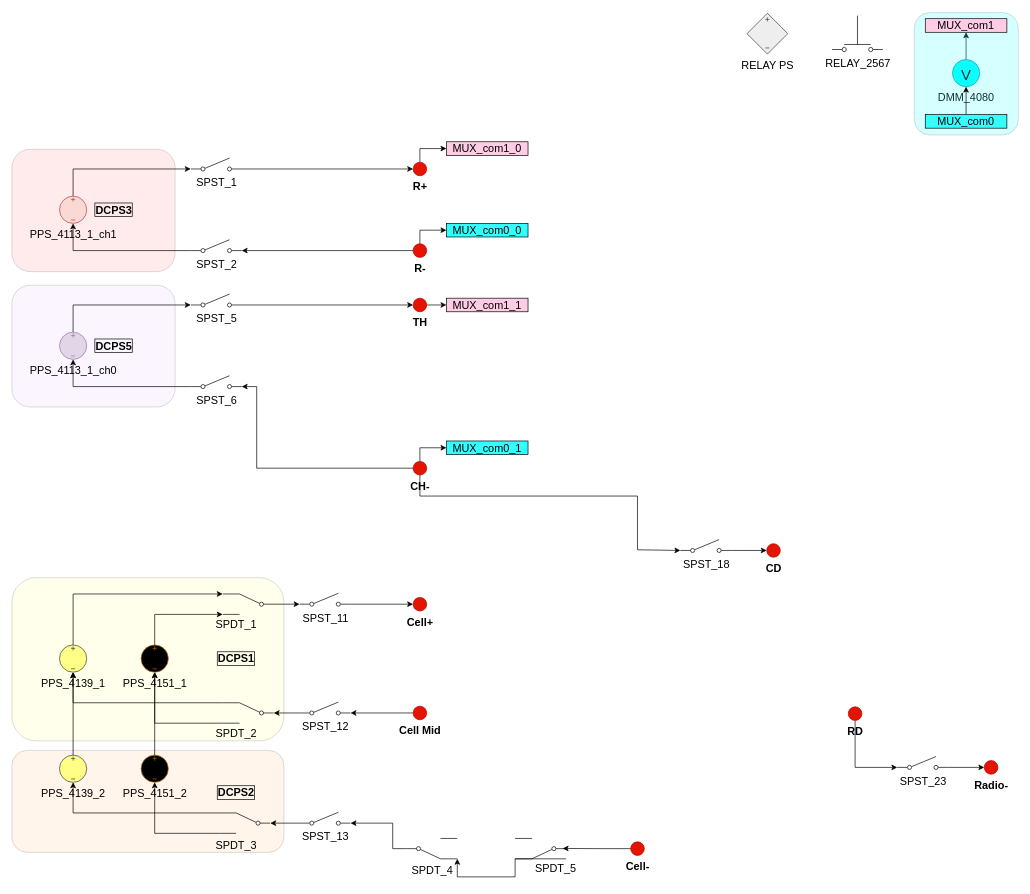
ktlim-xy/draw-io keeps this draw.io diagram as BMS_device_B_6p16.drawio. Above is the earlier version. Source tidied: cells renumbered, new cells numbered last; positions are measured from the earlier drawing's top-left corner, leaving out a move shared by most shapes. Both pictures are drawn from the tidied source at 68%, with x=0, y=0 at pixel (12, 12).
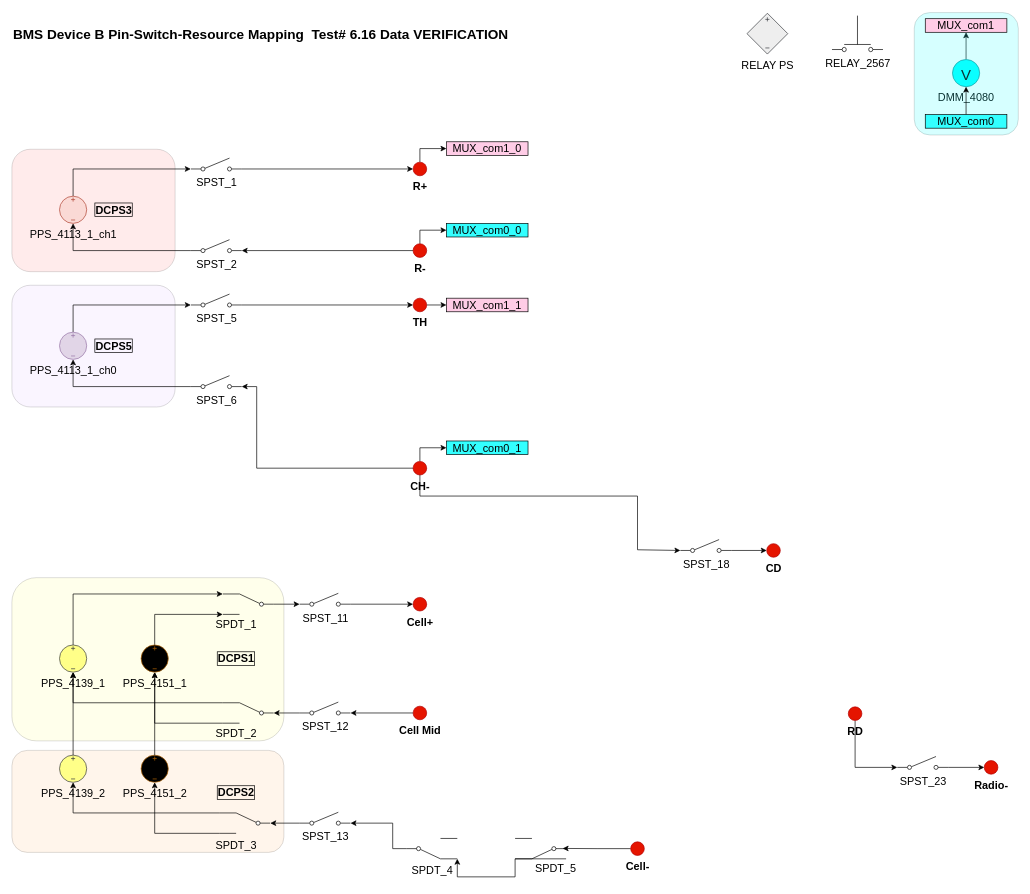
After the change.

The edit, as a diff of the source:
```diff
@@
+    <mxCell id="89" value="&lt;b&gt;BMS Device B Pin-Switch-Resource Mapping&amp;nbsp; Test#&amp;nbsp;6.16 Data VERIFICATION&amp;nbsp;&lt;/b&gt;" style="text;html=1;whiteSpace=wrap;strokeColor=none;fillColor=none;align=left;verticalAlign=middle;rounded=0;fontSize=20;" parent="1" vertex="1">
+      <mxGeometry y="-1.5" width="1010" height="65" as="geometry" />
+    </mxCell>
```
